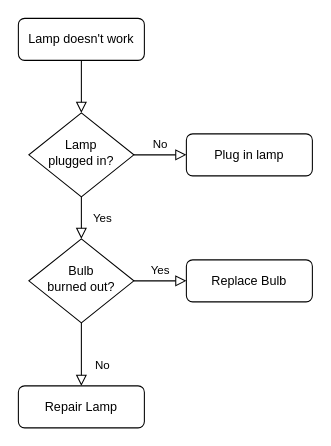
Before: test.drawio in anmiho/drawio, a draw.io diagram. Source tidied: cells renumbered, new cells numbered last; positions are measured from the earlier drawing's top-left corner, leaving out a move shared by most shapes. Both pictures are drawn from the tidied source at 105%, with x=0, y=0 at pixel (18, 18).
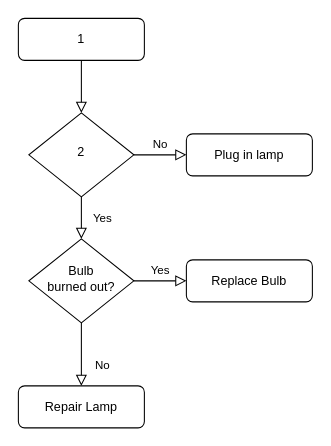
The same diagram, later.

The edit, as a diff of the source:
```diff
@@
 <mxGraphModel>
   <root>
     <mxCell id="0" />
     <mxCell id="1" parent="0" />
     <mxCell id="2" style="rounded=0;html=1;jettySize=auto;fontSize=11;endArrow=block;endFill=0;endSize=8;strokeWidth=1;shadow=0;labelBackgroundColor=none;edgeStyle=orthogonalEdgeStyle;" parent="1" edge="1" source="3" target="6">
       <mxGeometry relative="1" as="geometry" />
     </mxCell>
-    <mxCell id="3" value="Lamp doesn't work" style="rounded=1;whiteSpace=wrap;html=1;fontSize=12;glass=0;strokeWidth=1;shadow=0;" parent="1" vertex="1">
+    <mxCell id="3" value="1" style="rounded=1;whiteSpace=wrap;html=1;fontSize=12;glass=0;strokeWidth=1;shadow=0;" parent="1" vertex="1">
       <mxGeometry width="120" height="40" as="geometry" />
     </mxCell>
     <mxCell id="4" value="Yes" style="rounded=0;html=1;jettySize=auto;fontSize=11;endArrow=block;endFill=0;endSize=8;strokeWidth=1;shadow=0;labelBackgroundColor=none;edgeStyle=orthogonalEdgeStyle;" parent="1" edge="1" source="6" target="10">
       <mxGeometry y="20" relative="1" as="geometry" />
     </mxCell>
     <mxCell id="5" value="No" style="edgeStyle=orthogonalEdgeStyle;rounded=0;html=1;jettySize=auto;fontSize=11;endArrow=block;endFill=0;endSize=8;strokeWidth=1;shadow=0;labelBackgroundColor=none;" parent="1" edge="1" source="6" target="7">
       <mxGeometry y="10" relative="1" as="geometry" />
     </mxCell>
-    <mxCell id="6" value="Lamp&lt;br&gt;plugged in?" style="rhombus;whiteSpace=wrap;html=1;shadow=0;fontFamily=Helvetica;fontSize=12;align=center;strokeWidth=1;spacing=6;spacingTop=-4;" parent="1" vertex="1">
+    <mxCell id="6" value="2" style="rhombus;whiteSpace=wrap;html=1;shadow=0;fontFamily=Helvetica;fontSize=12;align=center;strokeWidth=1;spacing=6;spacingTop=-4;" parent="1" vertex="1">
       <mxGeometry x="10" y="90" width="100" height="80" as="geometry" />
     </mxCell>
     <mxCell id="7" value="Plug in lamp" style="rounded=1;whiteSpace=wrap;html=1;fontSize=12;glass=0;strokeWidth=1;shadow=0;" parent="1" vertex="1">
       <mxGeometry x="160" y="110" width="120" height="40" as="geometry" />
     </mxCell>
     <mxCell id="8" value="No" style="rounded=0;html=1;jettySize=auto;fontSize=11;endArrow=block;endFill=0;endSize=8;strokeWidth=1;shadow=0;labelBackgroundColor=none;edgeStyle=orthogonalEdgeStyle;" parent="1" edge="1" source="10" target="11">
       <mxGeometry x="0.33" y="20" relative="1" as="geometry" />
     </mxCell>
     <mxCell id="9" value="Yes" style="edgeStyle=orthogonalEdgeStyle;rounded=0;html=1;jettySize=auto;fontSize=11;endArrow=block;endFill=0;endSize=8;strokeWidth=1;shadow=0;labelBackgroundColor=none;" parent="1" edge="1" source="10" target="12">
       <mxGeometry y="10" relative="1" as="geometry" />
     </mxCell>
     <mxCell id="10" value="Bulb&lt;br&gt;burned out?" style="rhombus;whiteSpace=wrap;html=1;shadow=0;fontFamily=Helvetica;fontSize=12;align=center;strokeWidth=1;spacing=6;spacingTop=-4;" parent="1" vertex="1">
       <mxGeometry x="10" y="210" width="100" height="80" as="geometry" />
     </mxCell>
     <mxCell id="11" value="Repair Lamp" style="rounded=1;whiteSpace=wrap;html=1;fontSize=12;glass=0;strokeWidth=1;shadow=0;" parent="1" vertex="1">
       <mxGeometry y="350" width="120" height="40" as="geometry" />
     </mxCell>
     <mxCell id="12" value="Replace Bulb" style="rounded=1;whiteSpace=wrap;html=1;fontSize=12;glass=0;strokeWidth=1;shadow=0;" parent="1" vertex="1">
       <mxGeometry x="160" y="230" width="120" height="40" as="geometry" />
     </mxCell>
   </root>
 </mxGraphModel>
```
